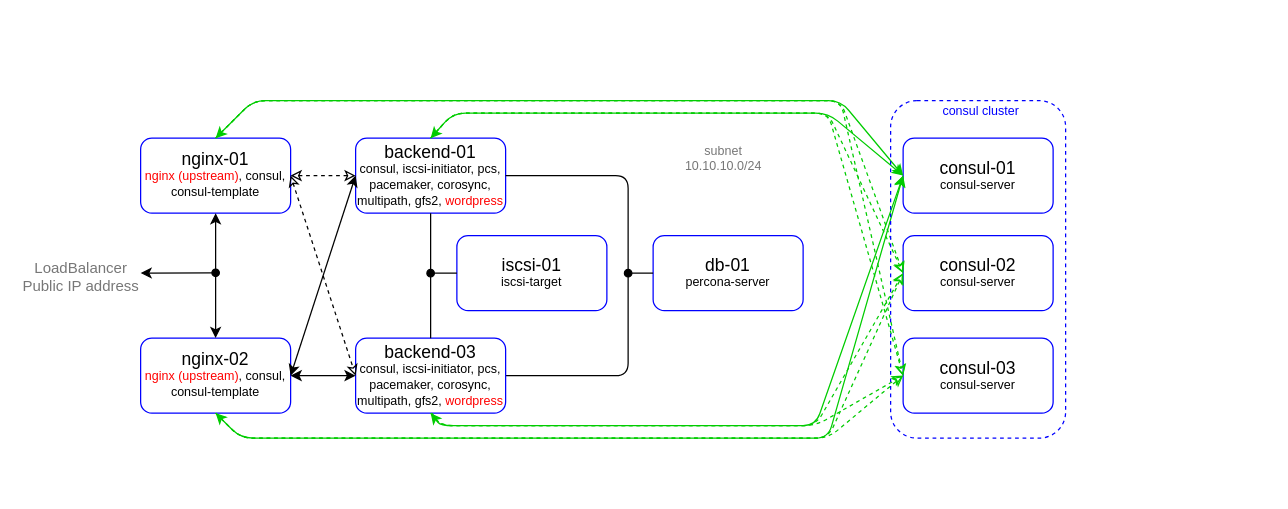
Earlier version of the draw.io diagram pics/infra.drawio (SergSha/project3). Source tidied: cells renumbered, new cells numbered last; positions are measured from the earlier drawing's top-left corner, leaving out a move shared by most shapes. Both pictures are drawn from the tidied source at 125%, with x=0, y=0 at pixel (80, 100).
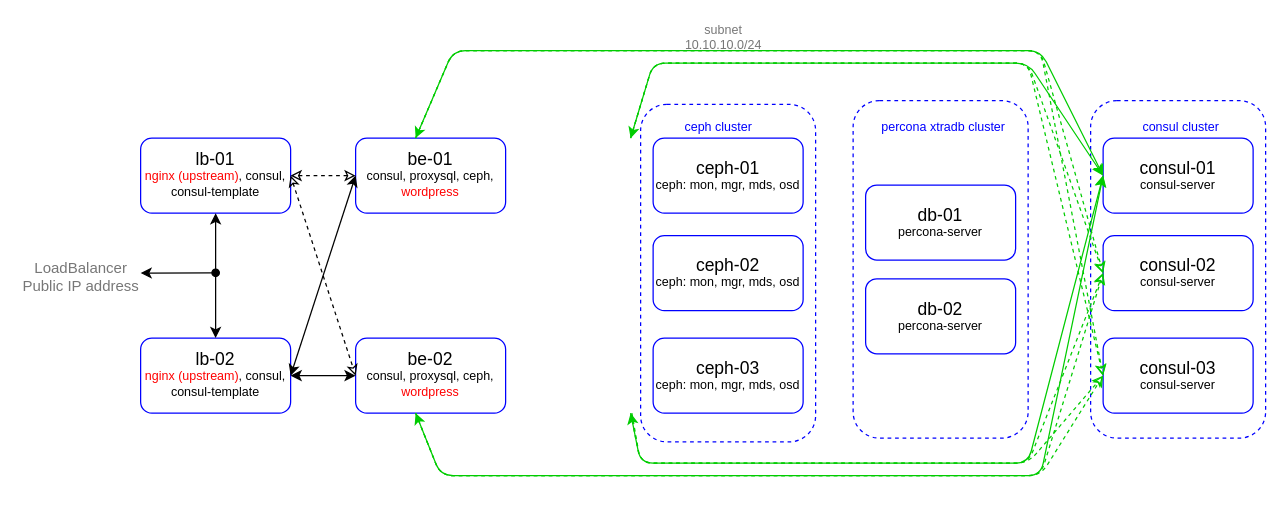
Above is the later version.

What changed in the source:
```diff
@@
+    <mxCell id="36" style="rounded=1;whiteSpace=wrap;html=1;strokeColor=#0000FF;dashed=1;fillColor=none;" parent="1" vertex="1">
+      <mxGeometry x="808" width="140" height="270" as="geometry" />
+    </mxCell>
     <mxCell id="2" value="&lt;p style=&quot;line-height: 100%&quot;&gt;&lt;font&gt;&lt;span style=&quot;font-size: 14px&quot;&gt;db-01&lt;br&gt;&lt;/span&gt;&lt;/font&gt;&lt;span style=&quot;font-size: 10px&quot;&gt;percona-server&lt;/span&gt;&lt;br&gt;&lt;/p&gt;" style="rounded=1;whiteSpace=wrap;html=1;strokeColor=#0000FF;" parent="1" vertex="1">
-      <mxGeometry x="458" y="108" width="120" height="60" as="geometry" />
+      <mxGeometry x="628" y="67.5" width="120" height="60" as="geometry" />
     </mxCell>
-    <mxCell id="3" value="&lt;p style=&quot;line-height: 100%&quot;&gt;&lt;span style=&quot;font-size: 14px&quot;&gt;backend-01&lt;/span&gt;&lt;br&gt;&lt;span style=&quot;font-size: 10px&quot;&gt;consul, iscsi-initiator, pcs, pacemaker, corosync, multipath, gfs2, &lt;font color=&quot;#ff0000&quot;&gt;wordpress&lt;/font&gt;&lt;/span&gt;&lt;br&gt;&lt;/p&gt;" style="rounded=1;whiteSpace=wrap;html=1;strokeColor=#0000FF;" parent="1" vertex="1">
+    <mxCell id="3" value="&lt;p style=&quot;line-height: 100%&quot;&gt;&lt;span style=&quot;font-size: 14px&quot;&gt;be-01&lt;/span&gt;&lt;br&gt;&lt;span style=&quot;font-size: 10px&quot;&gt;consul, proxysql, ceph, &lt;font color=&quot;#ff0000&quot;&gt;wordpress&lt;/font&gt;&lt;/span&gt;&lt;br&gt;&lt;/p&gt;" style="rounded=1;whiteSpace=wrap;html=1;strokeColor=#0000FF;" parent="1" vertex="1">
       <mxGeometry x="220" y="30" width="120" height="60" as="geometry" />
     </mxCell>
-    <mxCell id="4" value="&lt;p style=&quot;line-height: 100%&quot;&gt;&lt;span style=&quot;font-size: 14px&quot;&gt;nginx-01&lt;/span&gt;&lt;br&gt;&lt;span style=&quot;font-size: 10px&quot;&gt;&lt;font color=&quot;#ff0000&quot;&gt;nginx (upstream)&lt;/font&gt;, consul, consul-template&lt;/span&gt;&lt;/p&gt;" style="rounded=1;whiteSpace=wrap;html=1;strokeColor=#0000FF;" parent="1" vertex="1">
+    <mxCell id="4" value="&lt;p style=&quot;line-height: 100%&quot;&gt;&lt;span style=&quot;font-size: 14px&quot;&gt;lb-01&lt;/span&gt;&lt;br&gt;&lt;span style=&quot;font-size: 10px&quot;&gt;&lt;font color=&quot;#ff0000&quot;&gt;nginx (upstream)&lt;/font&gt;, consul, consul-template&lt;/span&gt;&lt;/p&gt;" style="rounded=1;whiteSpace=wrap;html=1;strokeColor=#0000FF;" parent="1" vertex="1">
       <mxGeometry x="48" y="30" width="120" height="60" as="geometry" />
     </mxCell>
-    <mxCell id="5" style="endArrow=oval;html=1;rounded=0;exitX=0;exitY=0.5;exitDx=0;exitDy=0;startArrow=none;startFill=0;endFill=1;" parent="1" edge="1" source="2">
-      <mxGeometry relative="1" as="geometry">
-        <mxPoint x="438" y="138" as="targetPoint" />
-      </mxGeometry>
-    </mxCell>
-    <mxCell id="6" style="endArrow=none;html=1;rounded=1;exitX=1;exitY=0.5;exitDx=0;exitDy=0;" parent="1" edge="1" source="8">
-      <mxGeometry relative="1" as="geometry">
-        <mxPoint x="438" y="140" as="targetPoint" />
-        <Array as="points">
-          <mxPoint x="438" y="220" />
-        </Array>
-      </mxGeometry>
-    </mxCell>
-    <mxCell id="7" style="endArrow=none;html=1;rounded=1;entryX=1;entryY=0.5;entryDx=0;entryDy=0;" parent="1" edge="1" target="3">
-      <mxGeometry relative="1" as="geometry">
-        <mxPoint x="438" y="140" as="sourcePoint" />
-        <Array as="points">
-          <mxPoint x="438" y="60" />
-        </Array>
-      </mxGeometry>
-    </mxCell>
-    <mxCell id="8" value="&lt;p style=&quot;line-height: 100%&quot;&gt;&lt;span style=&quot;font-size: 14px&quot;&gt;backend-03&lt;/span&gt;&lt;br&gt;&lt;span style=&quot;font-size: 10px&quot;&gt;consul, iscsi-initiator, pcs, pacemaker, corosync, multipath, gfs2, &lt;font color=&quot;#ff0000&quot;&gt;wordpress&lt;/font&gt;&lt;/span&gt;&lt;br&gt;&lt;/p&gt;" style="rounded=1;whiteSpace=wrap;html=1;strokeColor=#0000FF;" parent="1" vertex="1">
+    <mxCell id="8" value="&lt;p style=&quot;line-height: 100%&quot;&gt;&lt;span style=&quot;font-size: 14px&quot;&gt;be-02&lt;/span&gt;&lt;br&gt;&lt;span style=&quot;font-size: 10px&quot;&gt;consul, proxysql, ceph, &lt;font color=&quot;#ff0000&quot;&gt;wordpress&lt;/font&gt;&lt;/span&gt;&lt;br&gt;&lt;/p&gt;" style="rounded=1;whiteSpace=wrap;html=1;strokeColor=#0000FF;" parent="1" vertex="1">
       <mxGeometry x="220" y="190" width="120" height="60" as="geometry" />
     </mxCell>
     <mxCell id="9" value="&lt;font style=&quot;font-size: 10px&quot;&gt;subnet&lt;br&gt;10.10.10.0/24&lt;/font&gt;" style="edgeLabel;html=1;align=center;verticalAlign=middle;fontSize=8;fontColor=#777777;" parent="1" vertex="1">
-      <mxGeometry x="518" y="47" as="geometry">
+      <mxGeometry x="518" y="-50" as="geometry">
         <mxPoint x="-5" y="-2" as="offset" />
       </mxGeometry>
     </mxCell>
-    <mxCell id="10" value="&lt;p style=&quot;line-height: 100%&quot;&gt;&lt;span style=&quot;font-size: 14px&quot;&gt;nginx-02&lt;/span&gt;&lt;br&gt;&lt;span style=&quot;font-size: 10px&quot;&gt;&lt;font color=&quot;#ff0000&quot;&gt;nginx (upstream)&lt;/font&gt;, consul, consul-template&lt;/span&gt;&lt;br&gt;&lt;/p&gt;" style="rounded=1;whiteSpace=wrap;html=1;strokeColor=#0000FF;" parent="1" vertex="1">
+    <mxCell id="10" value="&lt;p style=&quot;line-height: 100%&quot;&gt;&lt;span style=&quot;font-size: 14px&quot;&gt;lb-02&lt;/span&gt;&lt;br&gt;&lt;span style=&quot;font-size: 10px&quot;&gt;&lt;font color=&quot;#ff0000&quot;&gt;nginx (upstream)&lt;/font&gt;, consul, consul-template&lt;/span&gt;&lt;br&gt;&lt;/p&gt;" style="rounded=1;whiteSpace=wrap;html=1;strokeColor=#0000FF;" parent="1" vertex="1">
       <mxGeometry x="48" y="190" width="120" height="60" as="geometry" />
     </mxCell>
@@
-    <mxCell id="17" value="&lt;p style=&quot;line-height: 100%&quot;&gt;&lt;span style=&quot;font-size: 14px&quot;&gt;iscsi-01&lt;/span&gt;&lt;br&gt;&lt;span style=&quot;font-size: 10px&quot;&gt;iscsi-target&lt;/span&gt;&lt;br&gt;&lt;/p&gt;" style="rounded=1;whiteSpace=wrap;html=1;strokeColor=#0000FF;" parent="1" vertex="1">
-      <mxGeometry x="301" y="108" width="120" height="60" as="geometry" />
+    <mxCell id="17" value="&lt;p style=&quot;line-height: 100%&quot;&gt;&lt;span style=&quot;font-size: 14px&quot;&gt;ceph-01&lt;/span&gt;&lt;br&gt;&lt;span style=&quot;font-size: 10px&quot;&gt;ceph: mon, mgr, mds, osd&lt;/span&gt;&lt;br&gt;&lt;/p&gt;" style="rounded=1;whiteSpace=wrap;html=1;strokeColor=#0000FF;" parent="1" vertex="1">
+      <mxGeometry x="458" y="30" width="120" height="60" as="geometry" />
     </mxCell>
-    <mxCell id="18" style="endArrow=none;html=1;strokeColor=#000000;exitX=0.5;exitY=0;exitDx=0;exitDy=0;entryX=0.5;entryY=1;entryDx=0;entryDy=0;" parent="1" edge="1" source="8" target="3">
-      <mxGeometry relative="1" as="geometry" />
-    </mxCell>
-    <mxCell id="19" style="endArrow=none;html=1;strokeColor=#000000;entryX=0;entryY=0.5;entryDx=0;entryDy=0;startArrow=oval;startFill=1;" parent="1" edge="1" target="17">
-      <mxGeometry relative="1" as="geometry">
-        <mxPoint x="280" y="138" as="sourcePoint" />
-      </mxGeometry>
-    </mxCell>
@@
     <mxCell id="21" value="&lt;p style=&quot;line-height: 100%&quot;&gt;&lt;font&gt;&lt;span style=&quot;font-size: 14px&quot;&gt;consul-02&lt;br&gt;&lt;/span&gt;&lt;/font&gt;&lt;span style=&quot;font-size: 10px&quot;&gt;consul-server&lt;/span&gt;&lt;/p&gt;" style="rounded=1;whiteSpace=wrap;html=1;strokeColor=#0000FF;" parent="1" vertex="1">
-      <mxGeometry x="658" y="108" width="120" height="60" as="geometry" />
+      <mxGeometry x="818" y="108" width="120" height="60" as="geometry" />
     </mxCell>
     <mxCell id="22" value="&lt;p style=&quot;line-height: 100%&quot;&gt;&lt;font&gt;&lt;span style=&quot;font-size: 14px&quot;&gt;consul-01&lt;br&gt;&lt;/span&gt;&lt;/font&gt;&lt;span style=&quot;font-size: 10px&quot;&gt;consul-server&lt;/span&gt;&lt;/p&gt;" style="rounded=1;whiteSpace=wrap;html=1;strokeColor=#0000FF;" parent="1" vertex="1">
-      <mxGeometry x="658" y="30" width="120" height="60" as="geometry" />
+      <mxGeometry x="818" y="30" width="120" height="60" as="geometry" />
     </mxCell>
     <mxCell id="23" value="&lt;p style=&quot;line-height: 100%&quot;&gt;&lt;font&gt;&lt;span style=&quot;font-size: 14px&quot;&gt;consul-03&lt;br&gt;&lt;/span&gt;&lt;/font&gt;&lt;span style=&quot;font-size: 10px;&quot;&gt;consul-server&lt;/span&gt;&lt;/p&gt;" style="rounded=1;whiteSpace=wrap;html=1;strokeColor=#0000FF;" parent="1" vertex="1">
-      <mxGeometry x="658" y="190" width="120" height="60" as="geometry" />
+      <mxGeometry x="818" y="190" width="120" height="60" as="geometry" />
     </mxCell>
-    <mxCell id="24" style="endArrow=classic;html=1;exitX=0.5;exitY=0;exitDx=0;exitDy=0;entryX=0;entryY=0.5;entryDx=0;entryDy=0;strokeColor=#00CC00;startArrow=classic;startFill=1;" parent="1" edge="1" source="4" target="22">
+    <mxCell id="24" style="endArrow=classic;html=1;exitX=0.5;exitY=0;exitDx=0;exitDy=0;entryX=0;entryY=0.5;entryDx=0;entryDy=0;strokeColor=#00CC00;startArrow=classic;startFill=1;" parent="1" edge="1" target="22">
       <mxGeometry relative="1" as="geometry">
+        <mxPoint x="268" y="30" as="sourcePoint" />
         <Array as="points">
-          <mxPoint x="138" />
-          <mxPoint x="608" />
+          <mxPoint x="298" y="-40" />
+          <mxPoint x="768" y="-40" />
         </Array>
       </mxGeometry>
     </mxCell>
-    <mxCell id="25" style="endArrow=classic;html=1;exitX=0.5;exitY=1;exitDx=0;exitDy=0;entryX=0;entryY=0.5;entryDx=0;entryDy=0;strokeColor=#00CC00;startArrow=classic;startFill=1;" parent="1" edge="1" source="10" target="22">
+    <mxCell id="25" style="endArrow=classic;html=1;exitX=0.5;exitY=1;exitDx=0;exitDy=0;entryX=0;entryY=0.5;entryDx=0;entryDy=0;strokeColor=#00CC00;startArrow=classic;startFill=1;" parent="1" edge="1" target="22">
       <mxGeometry relative="1" as="geometry">
+        <mxPoint x="268" y="250" as="sourcePoint" />
         <Array as="points">
-          <mxPoint x="128" y="270" />
-          <mxPoint x="598" y="270" />
+          <mxPoint x="288" y="300" />
+          <mxPoint x="768" y="300" />
         </Array>
       </mxGeometry>
     </mxCell>
-    <mxCell id="26" style="endArrow=classic;html=1;exitX=0.5;exitY=0;exitDx=0;exitDy=0;strokeColor=#00CC00;entryX=0;entryY=0.5;entryDx=0;entryDy=0;startArrow=classic;startFill=1;" parent="1" edge="1" source="3" target="22">
+    <mxCell id="26" style="endArrow=classic;html=1;exitX=0.5;exitY=0;exitDx=0;exitDy=0;strokeColor=#00CC00;entryX=0;entryY=0.5;entryDx=0;entryDy=0;startArrow=classic;startFill=1;" parent="1" edge="1" target="22">
       <mxGeometry relative="1" as="geometry">
+        <mxPoint x="440" y="30" as="sourcePoint" />
         <Array as="points">
-          <mxPoint x="298" y="10" />
-          <mxPoint x="598" y="10" />
+          <mxPoint x="458" y="-30" />
+          <mxPoint x="758" y="-30" />
         </Array>
       </mxGeometry>
     </mxCell>
-    <mxCell id="27" style="endArrow=classic;html=1;exitX=0.5;exitY=1;exitDx=0;exitDy=0;strokeColor=#00CC00;entryX=0;entryY=0.5;entryDx=0;entryDy=0;startArrow=classic;startFill=1;" parent="1" edge="1" source="8" target="22">
+    <mxCell id="27" style="endArrow=classic;html=1;exitX=0.5;exitY=1;exitDx=0;exitDy=0;strokeColor=#00CC00;entryX=0;entryY=0.5;entryDx=0;entryDy=0;startArrow=classic;startFill=1;" parent="1" edge="1" target="22">
       <mxGeometry relative="1" as="geometry">
+        <mxPoint x="440" y="250" as="sourcePoint" />
         <Array as="points">
-          <mxPoint x="288" y="260" />
-          <mxPoint x="588" y="260" />
+          <mxPoint x="448" y="290" />
+          <mxPoint x="758" y="290" />
         </Array>
       </mxGeometry>
     </mxCell>
     <mxCell id="28" style="endArrow=classic;html=1;exitX=0.5;exitY=0;exitDx=0;exitDy=0;entryX=0;entryY=0.5;entryDx=0;entryDy=0;strokeColor=#00CC00;dashed=1;endFill=0;" parent="1" edge="1" target="21">
       <mxGeometry relative="1" as="geometry">
-        <mxPoint x="108" y="30" as="sourcePoint" />
+        <mxPoint x="268" y="30" as="sourcePoint" />
         <Array as="points">
-          <mxPoint x="138" />
-          <mxPoint x="608" />
+          <mxPoint x="298" y="-40" />
+          <mxPoint x="768" y="-40" />
         </Array>
       </mxGeometry>
     </mxCell>
     <mxCell id="29" style="endArrow=classic;html=1;exitX=0.5;exitY=0;exitDx=0;exitDy=0;entryX=0;entryY=0.5;entryDx=0;entryDy=0;strokeColor=#00CC00;dashed=1;endFill=0;" parent="1" edge="1" target="23">
       <mxGeometry relative="1" as="geometry">
-        <mxPoint x="108" y="30" as="sourcePoint" />
+        <mxPoint x="268" y="30" as="sourcePoint" />
         <Array as="points">
-          <mxPoint x="138" />
-          <mxPoint x="608" />
+          <mxPoint x="298" y="-40" />
+          <mxPoint x="768" y="-40" />
         </Array>
       </mxGeometry>
     </mxCell>
     <mxCell id="30" style="endArrow=classic;html=1;exitX=0.5;exitY=0;exitDx=0;exitDy=0;strokeColor=#00CC00;dashed=1;endFill=0;entryX=0;entryY=0.5;entryDx=0;entryDy=0;" parent="1" edge="1" target="21">
       <mxGeometry relative="1" as="geometry">
-        <mxPoint x="280" y="30" as="sourcePoint" />
+        <mxPoint x="440" y="30" as="sourcePoint" />
         <Array as="points">
-          <mxPoint x="298" y="10" />
-          <mxPoint x="598" y="10" />
+          <mxPoint x="458" y="-30" />
+          <mxPoint x="758" y="-30" />
         </Array>
       </mxGeometry>
     </mxCell>
     <mxCell id="31" style="endArrow=classic;html=1;exitX=0.5;exitY=0;exitDx=0;exitDy=0;strokeColor=#00CC00;dashed=1;endFill=0;entryX=0;entryY=0.5;entryDx=0;entryDy=0;" parent="1" edge="1" target="23">
       <mxGeometry relative="1" as="geometry">
-        <mxPoint x="280" y="30" as="sourcePoint" />
+        <mxPoint x="440" y="30" as="sourcePoint" />
         <Array as="points">
-          <mxPoint x="298" y="10" />
-          <mxPoint x="598" y="10" />
+          <mxPoint x="458" y="-30" />
+          <mxPoint x="758" y="-30" />
         </Array>
       </mxGeometry>
     </mxCell>
     <mxCell id="32" style="endArrow=classic;html=1;exitX=0.5;exitY=1;exitDx=0;exitDy=0;strokeColor=#00CC00;dashed=1;endFill=0;entryX=0;entryY=0.5;entryDx=0;entryDy=0;" parent="1" edge="1" target="21">
       <mxGeometry relative="1" as="geometry">
-        <mxPoint x="280" y="250" as="sourcePoint" />
+        <mxPoint x="440" y="250" as="sourcePoint" />
         <Array as="points">
-          <mxPoint x="288" y="260" />
-          <mxPoint x="588" y="260" />
+          <mxPoint x="448" y="290" />
+          <mxPoint x="758" y="290" />
         </Array>
       </mxGeometry>
     </mxCell>
     <mxCell id="33" style="endArrow=classic;html=1;exitX=0.5;exitY=1;exitDx=0;exitDy=0;strokeColor=#00CC00;dashed=1;endFill=0;entryX=0;entryY=0.5;entryDx=0;entryDy=0;" parent="1" edge="1" target="23">
       <mxGeometry relative="1" as="geometry">
-        <mxPoint x="281" y="250" as="sourcePoint" />
+        <mxPoint x="441" y="250" as="sourcePoint" />
         <Array as="points">
-          <mxPoint x="288" y="260" />
-          <mxPoint x="588" y="260" />
+          <mxPoint x="448" y="290" />
+          <mxPoint x="758" y="290" />
         </Array>
       </mxGeometry>
     </mxCell>
     <mxCell id="34" style="endArrow=classic;html=1;exitX=0.5;exitY=1;exitDx=0;exitDy=0;strokeColor=#00CC00;dashed=1;endFill=0;entryX=0;entryY=0.5;entryDx=0;entryDy=0;" parent="1" edge="1" target="21">
       <mxGeometry relative="1" as="geometry">
-        <mxPoint x="108" y="250" as="sourcePoint" />
+        <mxPoint x="268" y="250" as="sourcePoint" />
         <Array as="points">
-          <mxPoint x="128" y="270" />
-          <mxPoint x="598" y="270" />
+          <mxPoint x="288" y="300" />
+          <mxPoint x="768" y="300" />
         </Array>
       </mxGeometry>
     </mxCell>
     <mxCell id="35" style="endArrow=classic;html=1;exitX=0.5;exitY=1;exitDx=0;exitDy=0;strokeColor=#00CC00;dashed=1;endFill=0;entryX=0;entryY=0.5;entryDx=0;entryDy=0;" parent="1" edge="1" target="23">
       <mxGeometry relative="1" as="geometry">
-        <mxPoint x="108" y="250" as="sourcePoint" />
+        <mxPoint x="268" y="250" as="sourcePoint" />
         <Array as="points">
-          <mxPoint x="128" y="270" />
-          <mxPoint x="598" y="270" />
+          <mxPoint x="288" y="300" />
+          <mxPoint x="768" y="300" />
         </Array>
       </mxGeometry>
     </mxCell>
-    <mxCell id="36" style="rounded=1;whiteSpace=wrap;html=1;strokeColor=#0000FF;dashed=1;fillColor=none;" parent="1" vertex="1">
-      <mxGeometry x="648" width="140" height="270" as="geometry" />
-    </mxCell>
     <mxCell id="37" value="&lt;span style=&quot;font-size: 10px;&quot;&gt;&lt;font color=&quot;#0000ff&quot;&gt;consul cluster&lt;/font&gt;&lt;/span&gt;" style="edgeLabel;html=1;align=center;verticalAlign=middle;fontSize=8;fontColor=#777777;" parent="1" vertex="1">
-      <mxGeometry x="718" y="7" as="geometry">
+      <mxGeometry x="878" y="20" as="geometry">
         <mxPoint x="1" as="offset" />
       </mxGeometry>
     </mxCell>
+    <mxCell id="38" value="&lt;p style=&quot;line-height: 100%&quot;&gt;&lt;font&gt;&lt;span style=&quot;font-size: 14px&quot;&gt;db-02&lt;br&gt;&lt;/span&gt;&lt;/font&gt;&lt;span style=&quot;font-size: 10px&quot;&gt;percona-server&lt;/span&gt;&lt;br&gt;&lt;/p&gt;" style="rounded=1;whiteSpace=wrap;html=1;strokeColor=#0000FF;" parent="1" vertex="1">
+      <mxGeometry x="628" y="142.5" width="120" height="60" as="geometry" />
+    </mxCell>
+    <mxCell id="39" value="&lt;p style=&quot;line-height: 100%&quot;&gt;&lt;span style=&quot;font-size: 14px&quot;&gt;ceph-02&lt;/span&gt;&lt;br&gt;&lt;span style=&quot;font-size: 10px&quot;&gt;ceph: mon, mgr, mds, osd&lt;/span&gt;&lt;br&gt;&lt;/p&gt;" style="rounded=1;whiteSpace=wrap;html=1;strokeColor=#0000FF;" parent="1" vertex="1">
+      <mxGeometry x="458" y="108" width="120" height="60" as="geometry" />
+    </mxCell>
+    <mxCell id="40" value="&lt;p style=&quot;line-height: 100%&quot;&gt;&lt;span style=&quot;font-size: 14px&quot;&gt;ceph-03&lt;/span&gt;&lt;br&gt;&lt;span style=&quot;font-size: 10px&quot;&gt;ceph: mon, mgr, mds, osd&lt;/span&gt;&lt;br&gt;&lt;/p&gt;" style="rounded=1;whiteSpace=wrap;html=1;strokeColor=#0000FF;" parent="1" vertex="1">
+      <mxGeometry x="458" y="190" width="120" height="60" as="geometry" />
+    </mxCell>
+    <mxCell id="41" style="rounded=1;whiteSpace=wrap;html=1;strokeColor=#0000FF;dashed=1;fillColor=none;" parent="1" vertex="1">
+      <mxGeometry x="448" y="3" width="140" height="270" as="geometry" />
+    </mxCell>
+    <mxCell id="42" style="rounded=1;whiteSpace=wrap;html=1;strokeColor=#0000FF;dashed=1;fillColor=none;" parent="1" vertex="1">
+      <mxGeometry x="618" width="140" height="270" as="geometry" />
+    </mxCell>
+    <mxCell id="43" value="&lt;span style=&quot;font-size: 10px;&quot;&gt;&lt;font color=&quot;#0000ff&quot;&gt;percona xtradb cluster&lt;/font&gt;&lt;/span&gt;" style="edgeLabel;html=1;align=center;verticalAlign=middle;fontSize=8;fontColor=#777777;" parent="1" vertex="1">
+      <mxGeometry x="688" y="20" as="geometry">
+        <mxPoint x="1" as="offset" />
+      </mxGeometry>
+    </mxCell>
+    <mxCell id="44" value="&lt;span style=&quot;font-size: 10px;&quot;&gt;&lt;font color=&quot;#0000ff&quot;&gt;ceph cluster&lt;/font&gt;&lt;/span&gt;" style="edgeLabel;html=1;align=center;verticalAlign=middle;fontSize=8;fontColor=#777777;" parent="1" vertex="1">
+      <mxGeometry x="508" y="20" as="geometry">
+        <mxPoint x="1" as="offset" />
+      </mxGeometry>
+    </mxCell>
```
